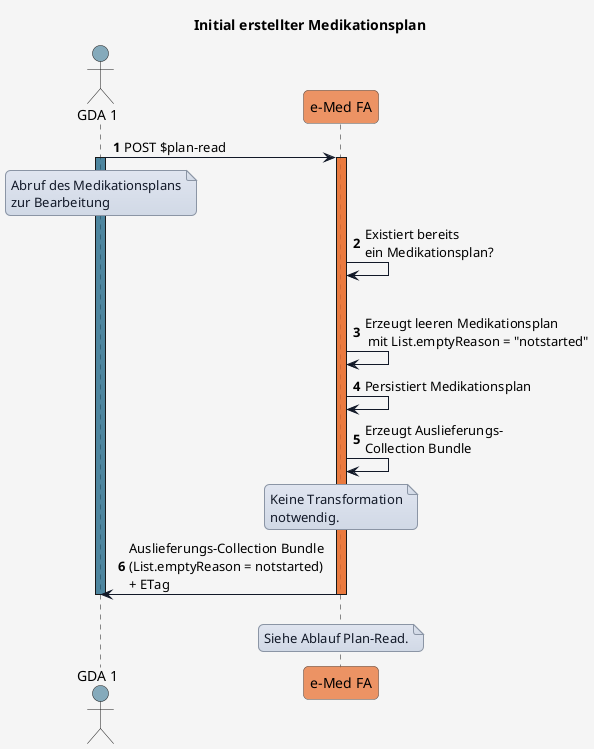
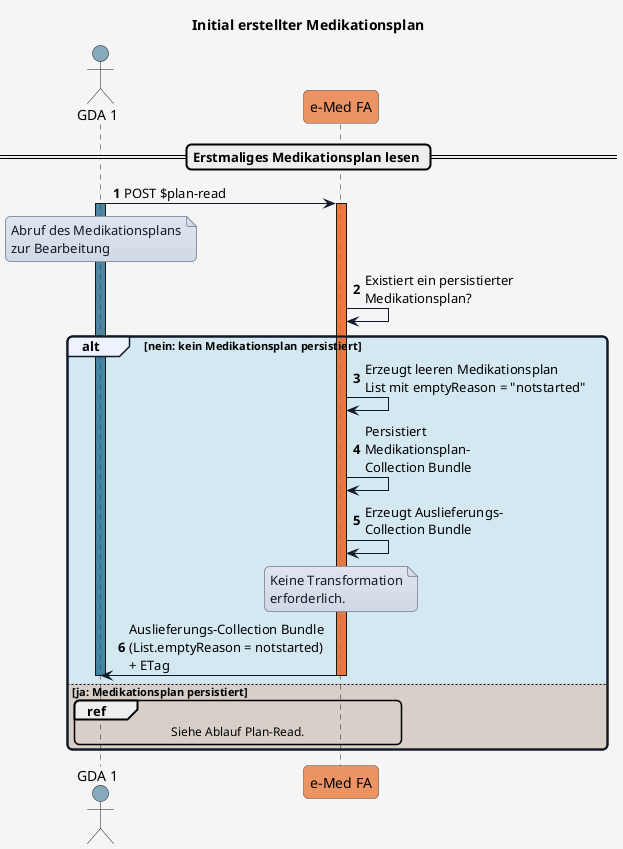
@startuml

title Initial erstellter Medikationsplan

'skinparam actorStyle awesome

skinparam borderColor #000000
skinparam backgroundColor #f5f5f5
skinparam shadowing false
skinparam roundCorner 10
skinparam defaultFontName "Arial"
'skinparam defaultFontSize 14
skinparam defaultFontColor #000000
skinparam HyperlinkColor #0000EE
skinparam HyperlinkUnderline false
skinparam BoxPadding 20
skinparam BoxBorderColor #555555

skinparam note {
  BackgroundColor #e0e5f0-#d1d9e6
  BorderColor #8b95a5
  BorderThickness 1
  RoundCorner 0
  Padding 6
  FontColor #111827
  Shadowing false
}

skinparam sequence {
  ParticipantBorderColor #555555
  ParticipantBackgroundColor #ffffff
  ParticipantFontColor #000000
  ParticipantFontSize 14
  ParticipantPadding 20
  ArrowColor #111827
  ArrowThickness 1
  ArrowFontColor #000000
  ArrowFontSize 13
  GroupBorderColor #111827
  GroupBackgroundColor #eef2ff
  GroupBorderThickness 2
}

!define COLOR_GDA_1    #15608280
!define COLOR_GDA_2    #96607D80
!define COLOR_PATIENT  #196B2480
!define COLOR_APO      #0F9ED590
!define COLOR_EMED_FA  #e97232bd
!define COLOR_E_REZEPT #cd3732a9

!define COLOR_OK       #0F9ED525
!define COLOR_ERROR    #E9713235

actor GDA_1 as "GDA 1" COLOR_GDA_1
participant eMed_FA as "e-Med FA" COLOR_EMED_FA

autonumber

+ == Erstmaliges Medikationsplan lesen ==
+ 
GDA_1 -> eMed_FA: POST $plan-read
activate GDA_1 COLOR_GDA_1

note over GDA_1
Abruf des Medikationsplans
zur Bearbeitung
end note

activate eMed_FA COLOR_EMED_FA
- eMed_FA -> eMed_FA: Existiert bereits\nein Medikationsplan?
+ eMed_FA -> eMed_FA: Existiert ein persistierter\nMedikationsplan?

- alt COLOR_OK kein Medikationsplan persistiert
+ alt COLOR_OK nein: kein Medikationsplan persistiert

-   eMed_FA -> eMed_FA: Erzeugt leeren Medikationsplan\n mit List.emptyReason = "notstarted"
-   eMed_FA -> eMed_FA: Persistiert Medikationsplan
+   eMed_FA -> eMed_FA: Erzeugt leeren Medikationsplan\nList mit emptyReason = "notstarted"
+   eMed_FA -> eMed_FA: Persistiert\nMedikationsplan-\nCollection Bundle
+   eMed_FA -> eMed_FA: Erzeugt Auslieferungs-\nCollection Bundle

-   eMed_FA -> eMed_FA: Erzeugt Auslieferungs-\nCollection Bundle
  note over eMed_FA
  Keine Transformation
-   notwendig.
+   erforderlich.
  end note
  eMed_FA -> GDA_1: Auslieferungs-Collection Bundle\n(List.emptyReason = notstarted)\n+ ETag
  deactivate eMed_FA


- else COLOR_ERROR Medikationsplan persistiert
-   note over eMed_FA
+ else COLOR_ERROR ja: Medikationsplan persistiert
+ 
+   ref over GDA_1,eMed_FA
  Siehe Ablauf Plan-Read.
-   end note
+   end ref

deactivate GDA_1
+ end


@enduml